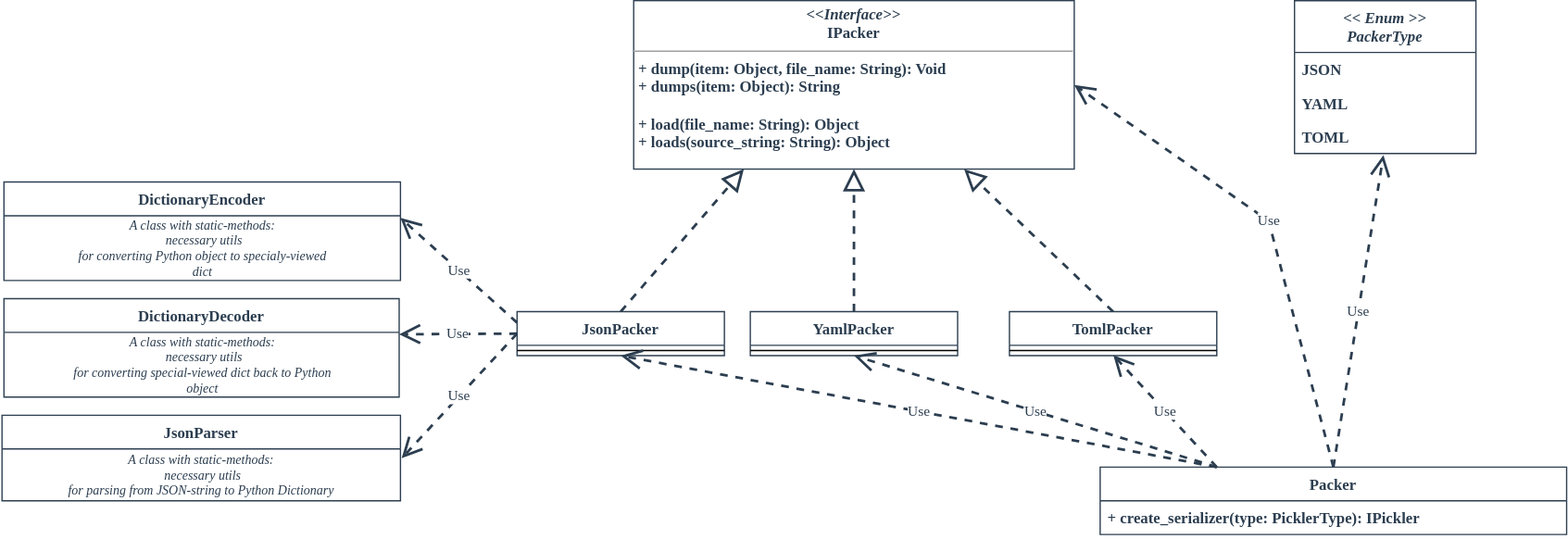
The draw.io diagram 4 semester/LR2 2022.04.07/packer/scheme.svg in user-of-github/BSUIR_Labs_Programming-tools, before a commit. Source tidied: cells renumbered, new cells last; positions are measured from the earlier drawing's top-left corner, leaving out a move shared by most shapes.
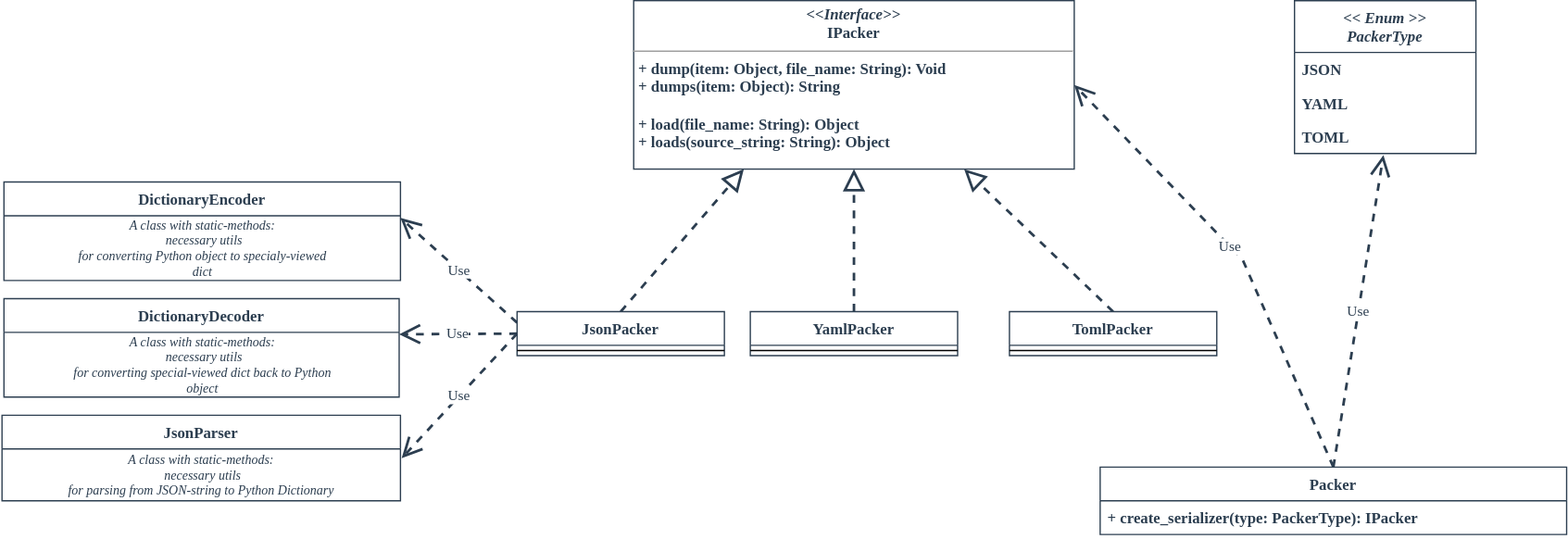
The same diagram one commit later.

Commit message:
Realized JSON-parser for dict, list, primitives and their combination. Some other changes: namings, code, readme, scheme

The edit, as a diff of the source:
```diff
@@ -49,21 +49,12 @@
     <mxCell id="16" value="Packer" style="swimlane;fontStyle=1;horizontal=1;startSize=26;fillColor=none;fontFamily=JetBrains Mono;fontSource=https%3A%2F%2Ffonts.googleapis.com%2Fcss%3Ffamily%3DJetBrains%2BMono;fontColor=#2C3E50;strokeColor=#2c3e50;strokeWidth=1;" parent="1" vertex="1">
       <mxGeometry x="848" y="360" width="360" height="52" as="geometry" />
     </mxCell>
-    <mxCell id="17" value="+ create_serializer(type: PicklerType): IPickler" style="text;strokeColor=none;fillColor=none;align=left;verticalAlign=top;spacingLeft=4;spacingRight=4;overflow=hidden;fontFamily=JetBrains Mono;fontSource=https%3A%2F%2Ffonts.googleapis.com%2Fcss%3Ffamily%3DJetBrains%2BMono;fontColor=#2C3E50;fontStyle=1;" parent="16" vertex="1">
+    <mxCell id="17" value="+ create_serializer(type: PackerType): IPacker" style="text;strokeColor=none;fillColor=none;align=left;verticalAlign=top;spacingLeft=4;spacingRight=4;overflow=hidden;fontFamily=JetBrains Mono;fontSource=https%3A%2F%2Ffonts.googleapis.com%2Fcss%3Ffamily%3DJetBrains%2BMono;fontColor=#2C3E50;fontStyle=1;" parent="16" vertex="1">
       <mxGeometry y="26" width="360" height="26" as="geometry" />
     </mxCell>
     <mxCell id="18" value="Use" style="endArrow=open;endSize=12;dashed=1;html=1;rounded=0;fontFamily=JetBrains Mono;fontSource=https%3A%2F%2Ffonts.googleapis.com%2Fcss%3Ffamily%3DJetBrains%2BMono;fontColor=#2C3E50;strokeColor=#2C3E50;strokeWidth=2;entryX=0.49;entryY=1.048;entryDx=0;entryDy=0;entryPerimeter=0;exitX=0.5;exitY=0;exitDx=0;exitDy=0;" parent="1" edge="1" source="16" target="15">
       <mxGeometry relative="1" as="geometry" />
     </mxCell>
-    <mxCell id="19" value="Use" style="endArrow=open;endSize=12;dashed=1;html=1;rounded=0;fontFamily=JetBrains Mono;fontSource=https%3A%2F%2Ffonts.googleapis.com%2Fcss%3Ffamily%3DJetBrains%2BMono;fontColor=#2C3E50;strokeColor=#2C3E50;strokeWidth=2;entryX=0.501;entryY=0.955;entryDx=0;entryDy=0;entryPerimeter=0;exitX=0.25;exitY=0;exitDx=0;exitDy=0;" parent="1" edge="1" source="16" target="11">
-      <mxGeometry relative="1" as="geometry" />
-    </mxCell>
-    <mxCell id="20" value="Use" style="endArrow=open;endSize=12;dashed=1;html=1;rounded=0;fontFamily=JetBrains Mono;fontSource=https%3A%2F%2Ffonts.googleapis.com%2Fcss%3Ffamily%3DJetBrains%2BMono;fontColor=#2C3E50;strokeColor=#2C3E50;strokeWidth=2;entryX=0.5;entryY=1;entryDx=0;entryDy=0;exitX=0.25;exitY=0;exitDx=0;exitDy=0;" parent="1" edge="1" source="16" target="6">
-      <mxGeometry relative="1" as="geometry" />
-    </mxCell>
-    <mxCell id="21" value="Use" style="endArrow=open;endSize=12;dashed=1;html=1;rounded=0;fontFamily=JetBrains Mono;fontSource=https%3A%2F%2Ffonts.googleapis.com%2Fcss%3Ffamily%3DJetBrains%2BMono;fontColor=#2C3E50;strokeColor=#2C3E50;strokeWidth=2;entryX=0.5;entryY=1;entryDx=0;entryDy=0;exitX=0.25;exitY=0;exitDx=0;exitDy=0;" parent="1" edge="1" source="16" target="4">
-      <mxGeometry relative="1" as="geometry" />
-    </mxCell>
     <mxCell id="22" value="JsonParser" style="swimlane;fontStyle=1;align=center;verticalAlign=top;horizontal=1;startSize=26;fontColor=#2C3E50;strokeColor=#2c3e50;fontFamily=JetBrains Mono;fontSource=https%3A%2F%2Ffonts.googleapis.com%2Fcss%3Ffamily%3DJetBrains%2BMono;strokeWidth=1;" parent="1" vertex="1">
       <mxGeometry x="0.5" y="320" width="307.5" height="66" as="geometry" />
     </mxCell>
@@ -88,7 +79,7 @@
     <mxCell id="29" value="Use" style="endArrow=open;endSize=12;dashed=1;html=1;rounded=0;fontFamily=JetBrains Mono;fontSource=https%3A%2F%2Ffonts.googleapis.com%2Fcss%3Ffamily%3DJetBrains%2BMono;fontColor=#2C3E50;strokeColor=#2C3E50;strokeWidth=2;exitX=0.5;exitY=0;exitDx=0;exitDy=0;entryX=1;entryY=0.5;entryDx=0;entryDy=0;" parent="1" edge="1" source="16" target="2">
       <mxGeometry x="0.04" relative="1" as="geometry">
         <Array as="points">
-          <mxPoint x="978" y="170" />
+          <mxPoint x="958" y="200" />
         </Array>
       </mxGeometry>
     </mxCell>
```
